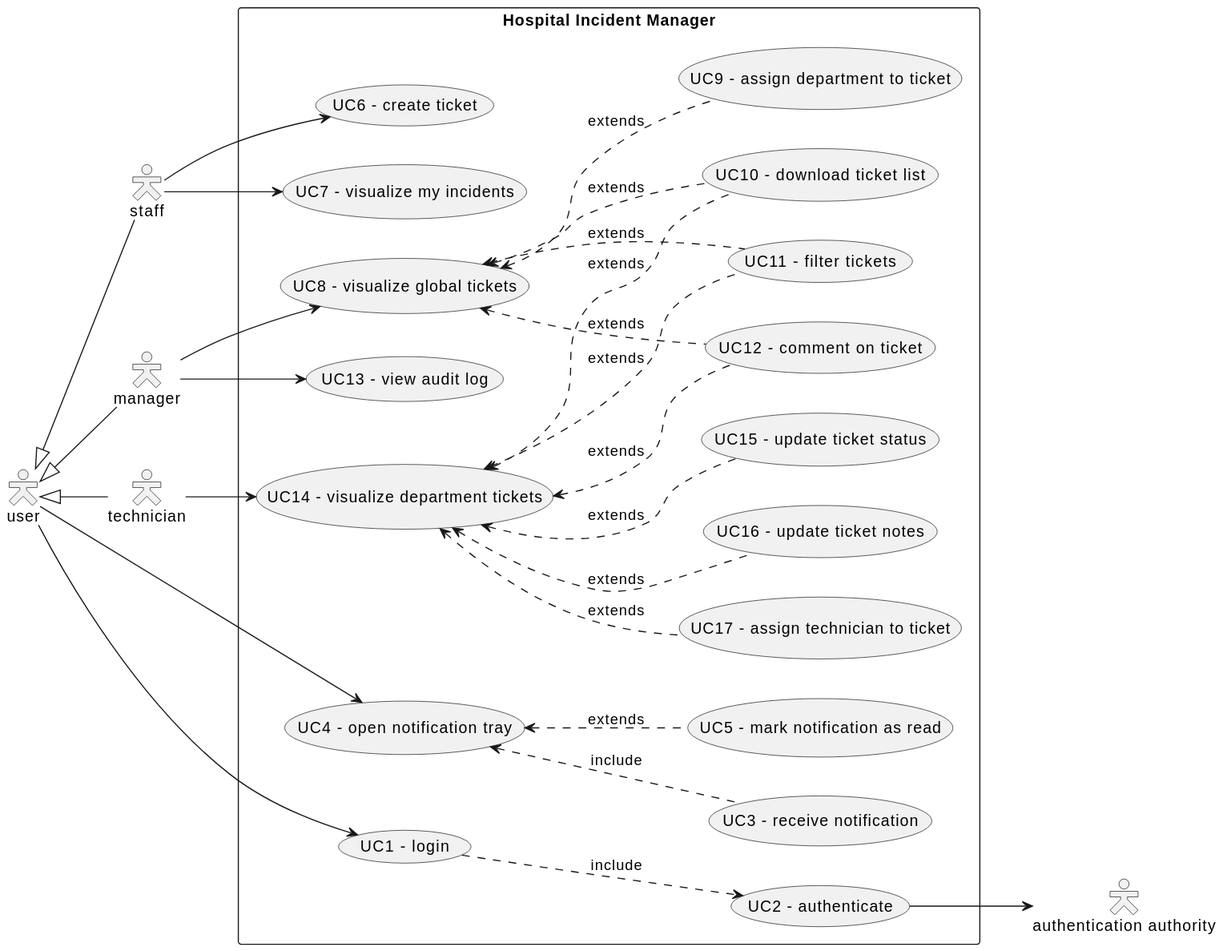
mablospate/hospital-incident-manager keeps this PlantUML diagram as diagrams/images/Scenarios.svg. Above is the earlier version. Its diagram source:
```plantuml
@startuml
skinparam actorStyle Hollow
left to right direction

user <|-- staff
user <|-- manager
user <|-- technician

rectangle "Hospital Incident Manager"{
(UC1 - login).down.>(UC2 - authenticate):include
(UC6 - create ticket)
(UC8 - visualize global tickets)
(UC14 - visualize department tickets)
(UC11 - filter tickets).up.>(UC8 - visualize global tickets):extends
(UC11 - filter tickets).up.>(UC14 - visualize department tickets):extends
(UC10 - download ticket list).up.>(UC8 - visualize global tickets):extends
(UC10 - download ticket list).up.>(UC14 - visualize department tickets):extends
(UC12 - comment on ticket).up.>(UC8 - visualize global tickets):extends
(UC12 - comment on ticket).up.>(UC14 - visualize department tickets):extends
(UC7 - visualize my incidents)
(UC9 - assign department to ticket).up.>(UC8 - visualize global tickets):extends
(UC5 - mark notification as read).up.>(UC4 - open notification tray):extends
(UC3 - receive notification) .up.> (UC4 - open notification tray) : include
(UC13 - view audit log)
(UC16 - update ticket notes).up.>(UC14 - visualize department tickets):extends
(UC15 - update ticket status).up.>(UC14 - visualize department tickets):extends
(UC17 - assign technician to ticket).up.>(UC14 - visualize department tickets):extends
}

user --> (UC1 - login)
user --> (UC4 - open notification tray)

staff --> (UC6 - create ticket)
staff --> (UC7 - visualize my incidents)

manager --> (UC8 - visualize global tickets)
manager --> (UC13 - view audit log)

technician --> (UC14 - visualize department tickets)

(UC2 - authenticate) --> "authentication authority"
@enduml
```
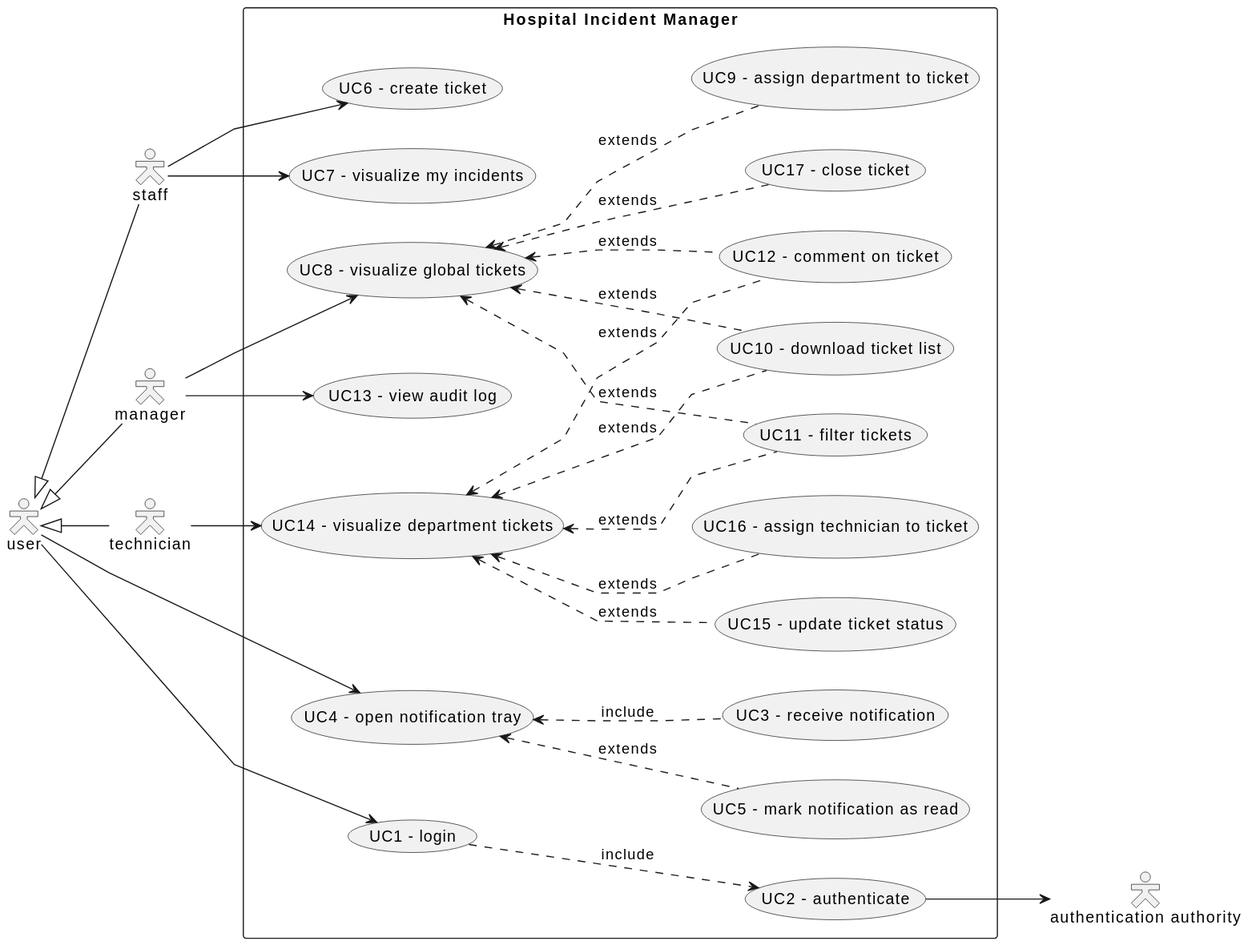
Later version of the same file.

Commit message:
README UPDATED: Revision of the scenarios view to polish the status changing. Logical view started.

Diff of the diagram source:
```diff
@@ -1,6 +1,7 @@
 @startuml
 skinparam actorStyle Hollow
 left to right direction
+skinparam Linetype polyline
 
 user <|-- staff
 user <|-- manager
@@ -22,9 +23,9 @@
 (UC5 - mark notification as read).up.>(UC4 - open notification tray):extends
 (UC3 - receive notification) .up.> (UC4 - open notification tray) : include
 (UC13 - view audit log)
-(UC16 - update ticket notes).up.>(UC14 - visualize department tickets):extends
 (UC15 - update ticket status).up.>(UC14 - visualize department tickets):extends
-(UC17 - assign technician to ticket).up.>(UC14 - visualize department tickets):extends
+(UC16 - assign technician to ticket).up.>(UC14 - visualize department tickets):extends
+(UC17 - close ticket).up.>(UC8 - visualize global tickets): extends
 }
 
 user --> (UC1 - login)
```
